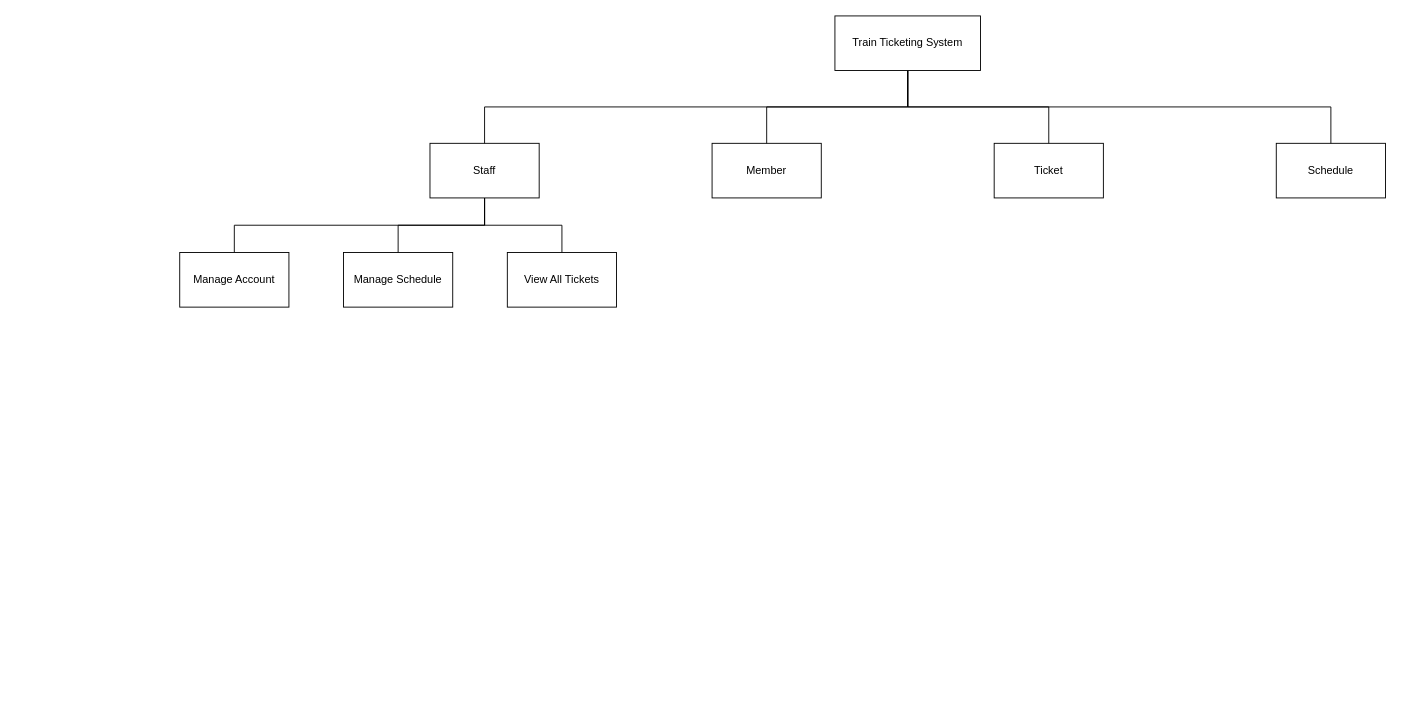
This is diagrams/structure_chart.drawio from Poleric/train-ticketing-system, a draw.io file, before an edit. Source tidied: cells renumbered, new cells numbered last; positions are measured from the earlier drawing's top-left corner, leaving out a move shared by most shapes. Both pictures are drawn from the tidied source at 91%, with x=0, y=0 at pixel (179, 15).
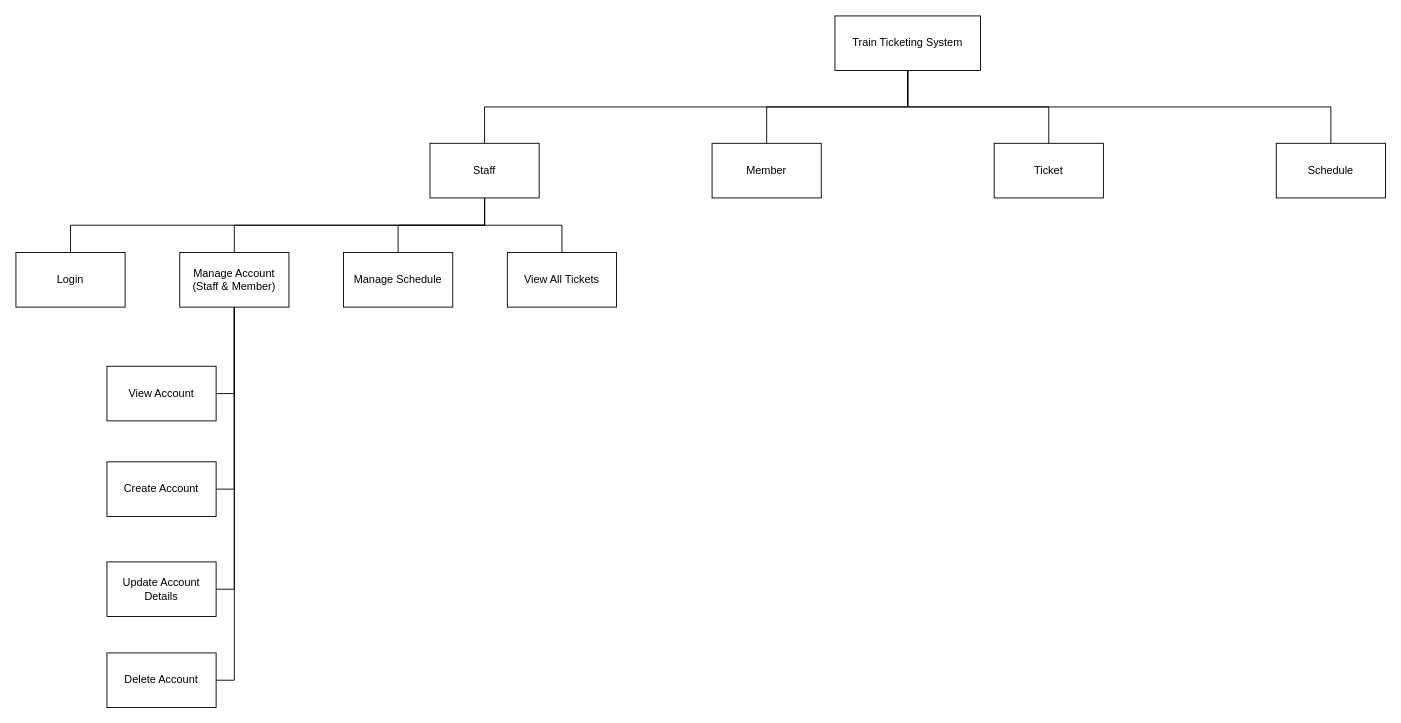
Above is the later version.

The change refers to these unchanged cells:
```xml
<mxCell id="5" value="Staff" style="rounded=0;whiteSpace=wrap;html=1;" parent="1" vertex="1">
  <mxGeometry x="275" y="140" width="120" height="60" as="geometry" />
</mxCell>
```

Diff of the diagram source:
```diff
@@
+    <mxCell id="17" style="edgeStyle=orthogonalEdgeStyle;rounded=0;jettySize=auto;html=1;exitX=0.5;exitY=1;exitDx=0;exitDy=0;endArrow=none;endFill=0;" parent="1" edge="1" source="5" target="26">
+      <mxGeometry relative="1" as="geometry" />
+    </mxCell>
@@
+    <mxCell id="18" style="edgeStyle=orthogonalEdgeStyle;rounded=0;jettySize=auto;html=1;exitX=0.5;exitY=1;exitDx=0;exitDy=0;entryX=1;entryY=0.5;entryDx=0;entryDy=0;endArrow=none;endFill=0;" parent="1" edge="1" source="14" target="22">
+      <mxGeometry relative="1" as="geometry" />
+    </mxCell>
+    <mxCell id="19" style="edgeStyle=orthogonalEdgeStyle;rounded=0;jettySize=auto;html=1;exitX=0.5;exitY=1;exitDx=0;exitDy=0;entryX=1;entryY=0.5;entryDx=0;entryDy=0;endArrow=none;endFill=0;" parent="1" edge="1" source="14" target="23">
+      <mxGeometry relative="1" as="geometry" />
+    </mxCell>
+    <mxCell id="20" style="edgeStyle=orthogonalEdgeStyle;rounded=0;jettySize=auto;html=1;exitX=0.5;exitY=1;exitDx=0;exitDy=0;entryX=1;entryY=0.5;entryDx=0;entryDy=0;endArrow=none;endFill=0;" parent="1" edge="1" source="14" target="24">
+      <mxGeometry relative="1" as="geometry" />
+    </mxCell>
+    <mxCell id="21" style="edgeStyle=orthogonalEdgeStyle;rounded=0;jettySize=auto;html=1;exitX=0.5;exitY=1;exitDx=0;exitDy=0;entryX=1;entryY=0.5;entryDx=0;entryDy=0;endArrow=none;endFill=0;" parent="1" edge="1" source="14" target="25">
+      <mxGeometry relative="1" as="geometry" />
+    </mxCell>
-    <mxCell id="14" value="Manage Account" style="rounded=0;whiteSpace=wrap;html=1;" parent="1" vertex="1">
+    <mxCell id="14" value="Manage Account&lt;br&gt;(Staff &amp;amp; Member)" style="rounded=0;whiteSpace=wrap;html=1;" parent="1" vertex="1">
       <mxGeometry y="260" width="120" height="60" as="geometry" />
     </mxCell>
@@
+    <mxCell id="22" value="View Account" style="rounded=0;whiteSpace=wrap;html=1;" parent="1" vertex="1">
+      <mxGeometry x="-80" y="385" width="120" height="60" as="geometry" />
+    </mxCell>
+    <mxCell id="23" value="Create Account" style="rounded=0;whiteSpace=wrap;html=1;" parent="1" vertex="1">
+      <mxGeometry x="-80" y="490" width="120" height="60" as="geometry" />
+    </mxCell>
+    <mxCell id="24" value="Delete Account" style="rounded=0;whiteSpace=wrap;html=1;" parent="1" vertex="1">
+      <mxGeometry x="-80" y="700" width="120" height="60" as="geometry" />
+    </mxCell>
+    <mxCell id="25" value="Update Account Details" style="rounded=0;whiteSpace=wrap;html=1;" parent="1" vertex="1">
+      <mxGeometry x="-80" y="600" width="120" height="60" as="geometry" />
+    </mxCell>
+    <mxCell id="26" value="Login" style="rounded=0;whiteSpace=wrap;html=1;" parent="1" vertex="1">
+      <mxGeometry x="-180" y="260" width="120" height="60" as="geometry" />
+    </mxCell>
```
